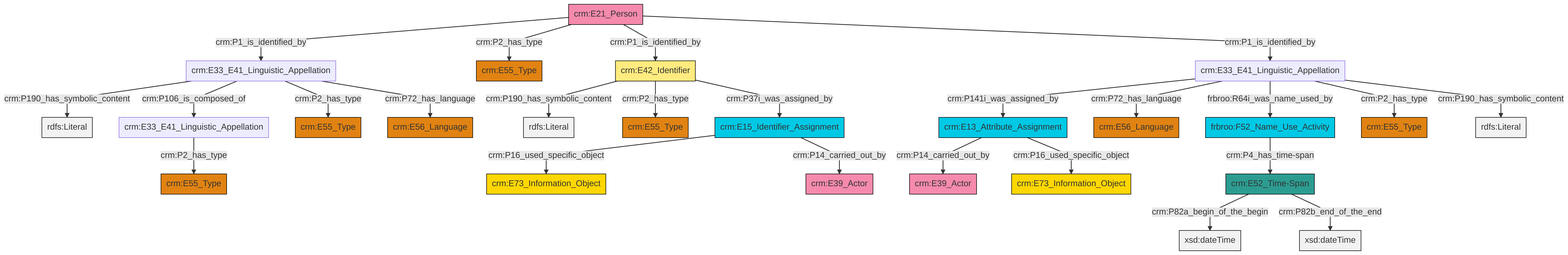
Earlier version of the Mermaid export et/personCSV/ttl/mmd/png/Person_Names_and_Classification.png (swiss-art-research-net/docs.swissartresearch). Its source is kept beside it as et/personCSV/ttl/mmd/Person_Names_and_Classification.ttl.mmd.
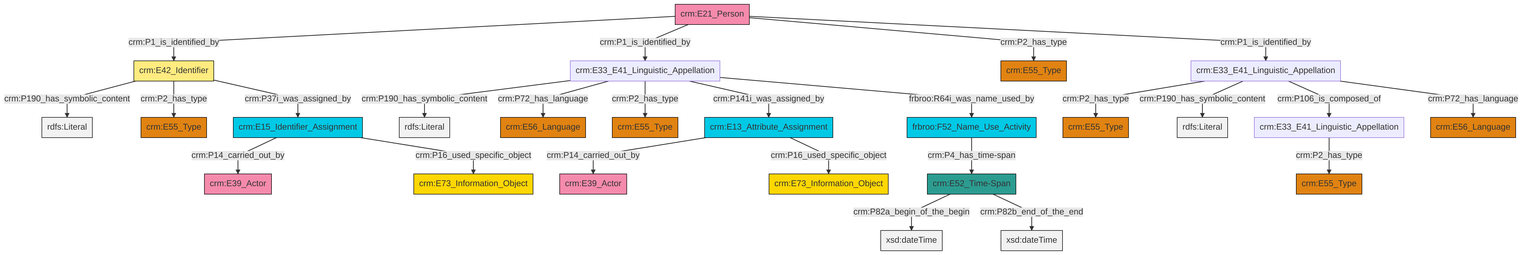
After the change.

What changed in the source:
```diff
@@ -13,27 +13,27 @@
 classDef PC_Classes fill:#4ce600, stroke:#000000;
 classDef Multi fill:#cccccc,stroke:#000000;
 
-4["crm:E33_E41_Linguistic_Appellation"]:::Default -->|crm:P141i_was_assigned_by| 5["crm:E13_Attribute_Assignment"]:::Temporal_Entity
-10["crm:E52_Time-Span"]:::Time-Span -->|crm:P82a_begin_of_the_begin| 11[xsd:dateTime]:::Literal
-13["crm:E21_Person"]:::Actor -->|crm:P1_is_identified_by| 14["crm:E33_E41_Linguistic_Appellation"]:::Default
-13["crm:E21_Person"]:::Actor -->|crm:P2_has_type| 15["crm:E55_Type"]:::Type
-14["crm:E33_E41_Linguistic_Appellation"]:::Default -->|crm:P190_has_symbolic_content| 17[rdfs:Literal]:::Literal
-5["crm:E13_Attribute_Assignment"]:::Temporal_Entity -->|crm:P14_carried_out_by| 22["crm:E39_Actor"]:::Actor
-18["crm:E42_Identifier"]:::Appellation -->|crm:P190_has_symbolic_content| 26[rdfs:Literal]:::Literal
-4["crm:E33_E41_Linguistic_Appellation"]:::Default -->|crm:P72_has_language| 27["crm:E56_Language"]:::Type
-0["crm:E15_Identifier_Assignment"]:::Temporal_Entity -->|crm:P16_used_specific_object| 20["crm:E73_Information_Object"]:::Conceptual_Object
-29["frbroo:F52_Name_Use_Activity"]:::Temporal_Entity -->|crm:P4_has_time-span| 10["crm:E52_Time-Span"]:::Time-Span
-18["crm:E42_Identifier"]:::Appellation -->|crm:P2_has_type| 30["crm:E55_Type"]:::Type
-13["crm:E21_Person"]:::Actor -->|crm:P1_is_identified_by| 18["crm:E42_Identifier"]:::Appellation
-5["crm:E13_Attribute_Assignment"]:::Temporal_Entity -->|crm:P16_used_specific_object| 32["crm:E73_Information_Object"]:::Conceptual_Object
-14["crm:E33_E41_Linguistic_Appellation"]:::Default -->|crm:P106_is_composed_of| 8["crm:E33_E41_Linguistic_Appellation"]:::Default
-10["crm:E52_Time-Span"]:::Time-Span -->|crm:P82b_end_of_the_end| 37[xsd:dateTime]:::Literal
-18["crm:E42_Identifier"]:::Appellation -->|crm:P37i_was_assigned_by| 0["crm:E15_Identifier_Assignment"]:::Temporal_Entity
-13["crm:E21_Person"]:::Actor -->|crm:P1_is_identified_by| 4["crm:E33_E41_Linguistic_Appellation"]:::Default
-4["crm:E33_E41_Linguistic_Appellation"]:::Default -->|frbroo:R64i_was_name_used_by| 29["frbroo:F52_Name_Use_Activity"]:::Temporal_Entity
-14["crm:E33_E41_Linguistic_Appellation"]:::Default -->|crm:P2_has_type| 2["crm:E55_Type"]:::Type
-0["crm:E15_Identifier_Assignment"]:::Temporal_Entity -->|crm:P14_carried_out_by| 23["crm:E39_Actor"]:::Actor
-4["crm:E33_E41_Linguistic_Appellation"]:::Default -->|crm:P2_has_type| 33["crm:E55_Type"]:::Type
-8["crm:E33_E41_Linguistic_Appellation"]:::Default -->|crm:P2_has_type| 38["crm:E55_Type"]:::Type
-14["crm:E33_E41_Linguistic_Appellation"]:::Default -->|crm:P72_has_language| 35["crm:E56_Language"]:::Type
-4["crm:E33_E41_Linguistic_Appellation"]:::Default -->|crm:P190_has_symbolic_content| 45[rdfs:Literal]:::Literal
+0["crm:E15_Identifier_Assignment"]:::Temporal_Entity -->|crm:P14_carried_out_by| 1["crm:E39_Actor"]:::Actor
+2["crm:E33_E41_Linguistic_Appellation"]:::Default -->|crm:P2_has_type| 3["crm:E55_Type"]:::Type
+4["crm:E33_E41_Linguistic_Appellation"]:::Default -->|crm:P2_has_type| 5["crm:E55_Type"]:::Type
+6["frbroo:F52_Name_Use_Activity"]:::Temporal_Entity -->|crm:P4_has_time-span| 7["crm:E52_Time-Span"]:::Time-Span
+0["crm:E15_Identifier_Assignment"]:::Temporal_Entity -->|crm:P16_used_specific_object| 10["crm:E73_Information_Object"]:::Conceptual_Object
+11["crm:E33_E41_Linguistic_Appellation"]:::Default -->|crm:P190_has_symbolic_content| 12[rdfs:Literal]:::Literal
+11["crm:E33_E41_Linguistic_Appellation"]:::Default -->|crm:P72_has_language| 16["crm:E56_Language"]:::Type
+17["crm:E42_Identifier"]:::Appellation -->|crm:P190_has_symbolic_content| 18[rdfs:Literal]:::Literal
+8["crm:E21_Person"]:::Actor -->|crm:P1_is_identified_by| 17["crm:E42_Identifier"]:::Appellation
+11["crm:E33_E41_Linguistic_Appellation"]:::Default -->|crm:P2_has_type| 21["crm:E55_Type"]:::Type
+4["crm:E33_E41_Linguistic_Appellation"]:::Default -->|crm:P190_has_symbolic_content| 23[rdfs:Literal]:::Literal
+11["crm:E33_E41_Linguistic_Appellation"]:::Default -->|crm:P141i_was_assigned_by| 25["crm:E13_Attribute_Assignment"]:::Temporal_Entity
+4["crm:E33_E41_Linguistic_Appellation"]:::Default -->|crm:P106_is_composed_of| 2["crm:E33_E41_Linguistic_Appellation"]:::Default
+8["crm:E21_Person"]:::Actor -->|crm:P1_is_identified_by| 11["crm:E33_E41_Linguistic_Appellation"]:::Default
+25["crm:E13_Attribute_Assignment"]:::Temporal_Entity -->|crm:P14_carried_out_by| 13["crm:E39_Actor"]:::Actor
+17["crm:E42_Identifier"]:::Appellation -->|crm:P2_has_type| 19["crm:E55_Type"]:::Type
+11["crm:E33_E41_Linguistic_Appellation"]:::Default -->|frbroo:R64i_was_name_used_by| 6["frbroo:F52_Name_Use_Activity"]:::Temporal_Entity
+17["crm:E42_Identifier"]:::Appellation -->|crm:P37i_was_assigned_by| 0["crm:E15_Identifier_Assignment"]:::Temporal_Entity
+7["crm:E52_Time-Span"]:::Time-Span -->|crm:P82a_begin_of_the_begin| 34[xsd:dateTime]:::Literal
+4["crm:E33_E41_Linguistic_Appellation"]:::Default -->|crm:P72_has_language| 30["crm:E56_Language"]:::Type
+7["crm:E52_Time-Span"]:::Time-Span -->|crm:P82b_end_of_the_end| 40[xsd:dateTime]:::Literal
+8["crm:E21_Person"]:::Actor -->|crm:P2_has_type| 37["crm:E55_Type"]:::Type
+25["crm:E13_Attribute_Assignment"]:::Temporal_Entity -->|crm:P16_used_specific_object| 41["crm:E73_Information_Object"]:::Conceptual_Object
+8["crm:E21_Person"]:::Actor -->|crm:P1_is_identified_by| 4["crm:E33_E41_Linguistic_Appellation"]:::Default
```
